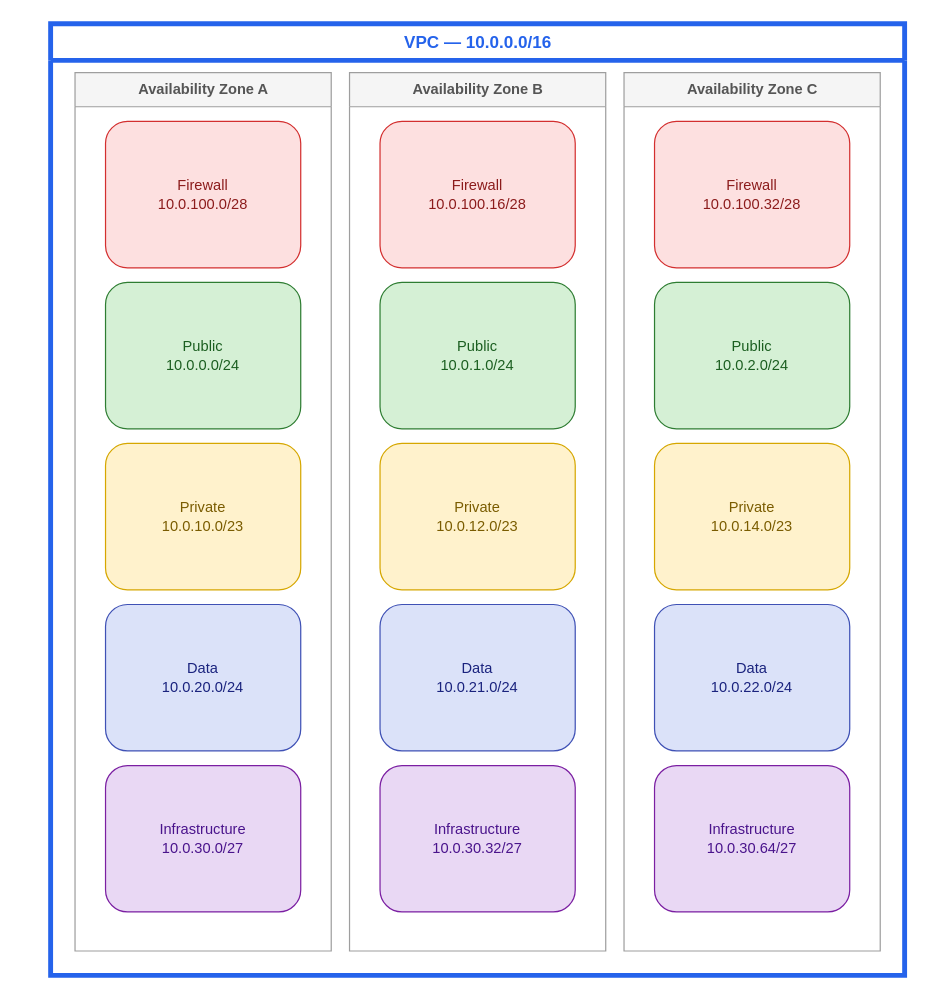
This is content/assets/foundation/subnet-tiers.drawio from aws/aws-networking-best-practices, a draw.io file, before an edit. Source tidied: cells renumbered, new cells numbered last; positions are measured from the earlier drawing's top-left corner, leaving out a move shared by most shapes. Both pictures are drawn from the tidied source at 122%, with x=0, y=0 at pixel (50, 23).
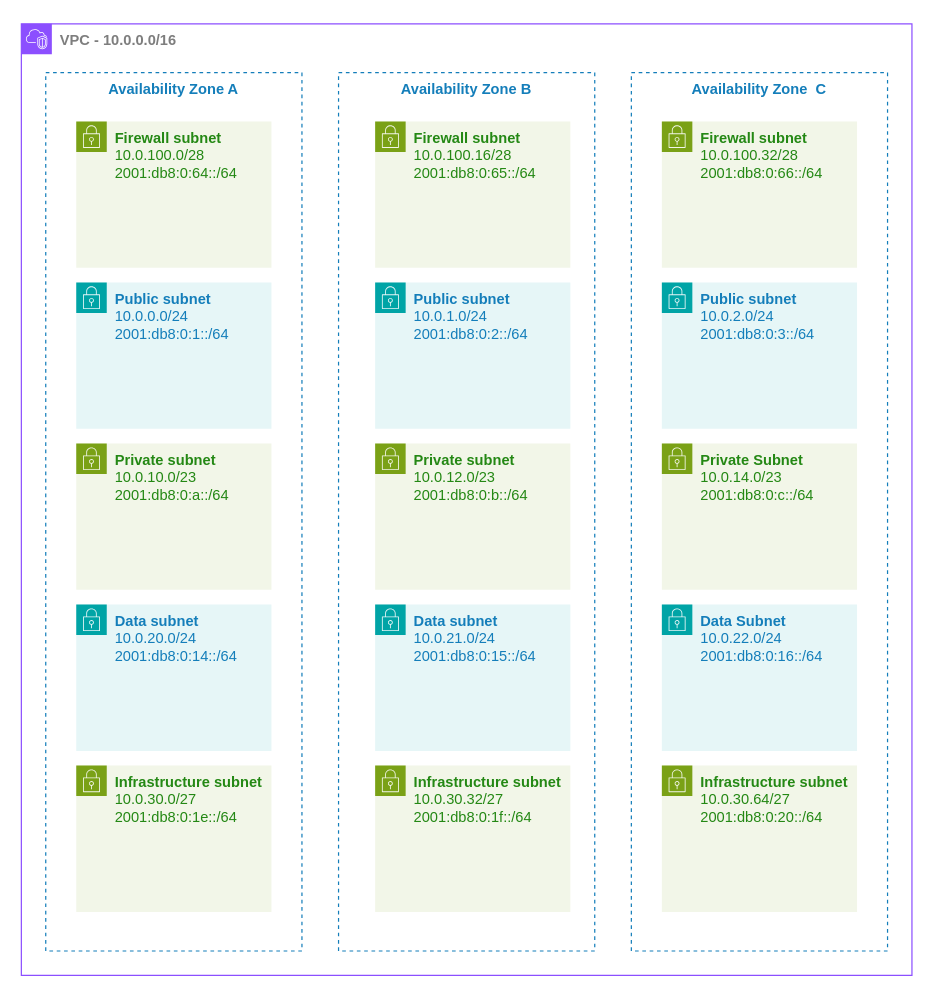
Above is the later version.

Diff of the diagram source:
```diff
@@
-    <mxCell id="2" value="VPC — 10.0.0.0/16" style="swimlane;startSize=30;fillColor=none;strokeColor=#2563eb;strokeWidth=4;fontColor=#2563eb;fontStyle=1;fontSize=14;html=1;verticalAlign=top;align=center;" parent="1" vertex="1">
-      <mxGeometry width="700" height="780" as="geometry" />
-    </mxCell>
+    <mxCell id="21" value="VPC - 10.0.0.0/16" style="gradientColor=none;html=1;whiteSpace=wrap;fontSize=12;fontStyle=1;shape=mxgraph.aws4.group;grIcon=mxgraph.aws4.group_vpc2;strokeColor=#8C4FFF;fillColor=none;verticalAlign=top;align=left;spacingLeft=30;fontColor=light-dark(#7E7E7E,#7E7E7E);dashed=0;" parent="1" vertex="1">
+      <mxGeometry x="-24" width="730" height="780" as="geometry" />
+    </mxCell>
-    <mxCell id="3" value="Availability Zone A" style="swimlane;startSize=28;fillColor=#f5f5f5;strokeColor=#9e9e9e;fontColor=#555555;fontStyle=1;html=1;verticalAlign=top;align=center;" parent="2" vertex="1">
+    <mxCell id="3" value="Availability Zone A" style="fillColor=none;strokeColor=#147EBA;dashed=1;verticalAlign=top;fontStyle=1;fontColor=#147EBA;whiteSpace=wrap;html=1;" parent="21" vertex="1">
       <mxGeometry x="20" y="40" width="210" height="720" as="geometry" />
     </mxCell>
-    <mxCell id="4" value="Firewall&#10;10.0.100.0/28" style="rounded=1;whiteSpace=wrap;html=1;fillColor=#fde0e0;strokeColor=#d32f2f;fontColor=#8c1c1c;" parent="3" vertex="1">
-      <mxGeometry x="25" y="40" width="160" height="120" as="geometry" />
-    </mxCell>
-    <mxCell id="5" value="Public&#10;10.0.0.0/24" style="rounded=1;whiteSpace=wrap;html=1;fillColor=#d5f0d5;strokeColor=#2e7d32;fontColor=#1b5e20;" parent="3" vertex="1">
-      <mxGeometry x="25" y="172" width="160" height="120" as="geometry" />
-    </mxCell>
-    <mxCell id="6" value="Private&#10;10.0.10.0/23" style="rounded=1;whiteSpace=wrap;html=1;fillColor=#fff2cc;strokeColor=#d6a700;fontColor=#7a5c00;" parent="3" vertex="1">
-      <mxGeometry x="25" y="304" width="160" height="120" as="geometry" />
-    </mxCell>
-    <mxCell id="7" value="Data&#10;10.0.20.0/24" style="rounded=1;whiteSpace=wrap;html=1;fillColor=#dbe2f9;strokeColor=#3f51b5;fontColor=#1a237e;" parent="3" vertex="1">
-      <mxGeometry x="25" y="436" width="160" height="120" as="geometry" />
-    </mxCell>
-    <mxCell id="8" value="Infrastructure&#10;10.0.30.0/27" style="rounded=1;whiteSpace=wrap;html=1;fillColor=#e9d8f4;strokeColor=#7b1fa2;fontColor=#4a148c;" parent="3" vertex="1">
-      <mxGeometry x="25" y="568" width="160" height="120" as="geometry" />
-    </mxCell>
-    <mxCell id="9" value="Availability Zone B" style="swimlane;startSize=28;fillColor=#f5f5f5;strokeColor=#9e9e9e;fontColor=#555555;fontStyle=1;html=1;verticalAlign=top;align=center;" parent="2" vertex="1">
-      <mxGeometry x="245" y="40" width="210" height="720" as="geometry" />
+    <mxCell id="9" value="Availability Zone B" style="fillColor=none;strokeColor=#147EBA;dashed=1;verticalAlign=top;fontStyle=1;fontColor=#147EBA;whiteSpace=wrap;html=1;" parent="21" vertex="1">
+      <mxGeometry x="260" y="40" width="210" height="720" as="geometry" />
     </mxCell>
-    <mxCell id="10" value="Firewall&#10;10.0.100.16/28" style="rounded=1;whiteSpace=wrap;html=1;fillColor=#fde0e0;strokeColor=#d32f2f;fontColor=#8c1c1c;" parent="9" vertex="1">
-      <mxGeometry x="25" y="40" width="160" height="120" as="geometry" />
-    </mxCell>
-    <mxCell id="11" value="Public&#10;10.0.1.0/24" style="rounded=1;whiteSpace=wrap;html=1;fillColor=#d5f0d5;strokeColor=#2e7d32;fontColor=#1b5e20;" parent="9" vertex="1">
-      <mxGeometry x="25" y="172" width="160" height="120" as="geometry" />
-    </mxCell>
-    <mxCell id="12" value="Private&#10;10.0.12.0/23" style="rounded=1;whiteSpace=wrap;html=1;fillColor=#fff2cc;strokeColor=#d6a700;fontColor=#7a5c00;" parent="9" vertex="1">
-      <mxGeometry x="25" y="304" width="160" height="120" as="geometry" />
-    </mxCell>
-    <mxCell id="13" value="Data&#10;10.0.21.0/24" style="rounded=1;whiteSpace=wrap;html=1;fillColor=#dbe2f9;strokeColor=#3f51b5;fontColor=#1a237e;" parent="9" vertex="1">
-      <mxGeometry x="25" y="436" width="160" height="120" as="geometry" />
-    </mxCell>
-    <mxCell id="14" value="Infrastructure&#10;10.0.30.32/27" style="rounded=1;whiteSpace=wrap;html=1;fillColor=#e9d8f4;strokeColor=#7b1fa2;fontColor=#4a148c;" parent="9" vertex="1">
-      <mxGeometry x="25" y="568" width="160" height="120" as="geometry" />
-    </mxCell>
-    <mxCell id="15" value="Availability Zone C" style="swimlane;startSize=28;fillColor=#f5f5f5;strokeColor=#9e9e9e;fontColor=#555555;fontStyle=1;html=1;verticalAlign=top;align=center;" parent="2" vertex="1">
-      <mxGeometry x="470" y="40" width="210" height="720" as="geometry" />
+    <mxCell id="15" value="Availability Zone&amp;nbsp; C" style="fillColor=none;strokeColor=#147EBA;dashed=1;verticalAlign=top;fontStyle=1;fontColor=#147EBA;whiteSpace=wrap;html=1;" parent="21" vertex="1">
+      <mxGeometry x="500" y="40" width="210" height="720" as="geometry" />
     </mxCell>
-    <mxCell id="16" value="Firewall&#10;10.0.100.32/28" style="rounded=1;whiteSpace=wrap;html=1;fillColor=#fde0e0;strokeColor=#d32f2f;fontColor=#8c1c1c;" parent="15" vertex="1">
-      <mxGeometry x="25" y="40" width="160" height="120" as="geometry" />
-    </mxCell>
-    <mxCell id="17" value="Public&#10;10.0.2.0/24" style="rounded=1;whiteSpace=wrap;html=1;fillColor=#d5f0d5;strokeColor=#2e7d32;fontColor=#1b5e20;" parent="15" vertex="1">
-      <mxGeometry x="25" y="172" width="160" height="120" as="geometry" />
-    </mxCell>
-    <mxCell id="18" value="Private&#10;10.0.14.0/23" style="rounded=1;whiteSpace=wrap;html=1;fillColor=#fff2cc;strokeColor=#d6a700;fontColor=#7a5c00;" parent="15" vertex="1">
-      <mxGeometry x="25" y="304" width="160" height="120" as="geometry" />
-    </mxCell>
-    <mxCell id="19" value="Data&#10;10.0.22.0/24" style="rounded=1;whiteSpace=wrap;html=1;fillColor=#dbe2f9;strokeColor=#3f51b5;fontColor=#1a237e;" parent="15" vertex="1">
-      <mxGeometry x="25" y="436" width="160" height="120" as="geometry" />
-    </mxCell>
-    <mxCell id="20" value="Infrastructure&#10;10.0.30.64/27" style="rounded=1;whiteSpace=wrap;html=1;fillColor=#e9d8f4;strokeColor=#7b1fa2;fontColor=#4a148c;" parent="15" vertex="1">
-      <mxGeometry x="25" y="568" width="160" height="120" as="geometry" />
-    </mxCell>
+    <mxCell id="22" value="&lt;b&gt;Infrastructure subnet&lt;/b&gt;&lt;br&gt;10.0.30.64/27&lt;br&gt;2001:db8:0:20::/64" style="gradientColor=none;html=1;whiteSpace=wrap;fontSize=12;fontStyle=0;shape=mxgraph.aws4.group;grIcon=mxgraph.aws4.group_security_group;grStroke=0;strokeColor=#7AA116;fillColor=#F2F6E8;verticalAlign=top;align=left;spacingLeft=30;fontColor=#248814;dashed=0;" parent="21" vertex="1">
+      <mxGeometry x="525" y="608" width="160" height="120" as="geometry" />
+    </mxCell>
+    <mxCell id="23" value="&lt;b&gt;Data Subnet&lt;/b&gt;&lt;br&gt;10.0.22.0/24&lt;br&gt;2001:db8:0:16::/64" style="gradientColor=none;html=1;whiteSpace=wrap;fontSize=12;fontStyle=0;shape=mxgraph.aws4.group;grIcon=mxgraph.aws4.group_security_group;grStroke=0;strokeColor=#00A4A6;fillColor=#E6F6F7;verticalAlign=top;align=left;spacingLeft=30;fontColor=#147EBA;dashed=0;" parent="21" vertex="1">
+      <mxGeometry x="525" y="476" width="160" height="120" as="geometry" />
+    </mxCell>
+    <mxCell id="24" value="&lt;b&gt;Private Subnet&lt;/b&gt;&lt;br&gt;10.0.14.0/23&lt;br&gt;2001:db8:0:c::/64" style="gradientColor=none;html=1;whiteSpace=wrap;fontSize=12;fontStyle=0;shape=mxgraph.aws4.group;grIcon=mxgraph.aws4.group_security_group;grStroke=0;strokeColor=#7AA116;fillColor=#F2F6E8;verticalAlign=top;align=left;spacingLeft=30;fontColor=#248814;dashed=0;" parent="21" vertex="1">
+      <mxGeometry x="525" y="344" width="160" height="120" as="geometry" />
+    </mxCell>
+    <mxCell id="25" value="&lt;b&gt;Public subnet&lt;/b&gt;&lt;br&gt;10.0.2.0/24&lt;br&gt;2001:db8:0:3::/64" style="gradientColor=none;html=1;whiteSpace=wrap;fontSize=12;fontStyle=0;shape=mxgraph.aws4.group;grIcon=mxgraph.aws4.group_security_group;grStroke=0;strokeColor=#00A4A6;fillColor=#E6F6F7;verticalAlign=top;align=left;spacingLeft=30;fontColor=#147EBA;dashed=0;" parent="21" vertex="1">
+      <mxGeometry x="525" y="212" width="160" height="120" as="geometry" />
+    </mxCell>
+    <mxCell id="26" value="&lt;b&gt;Firewall subnet&lt;/b&gt;&lt;br&gt;10.0.100.32/28&lt;br&gt;2001:db8:0:66::/64" style="gradientColor=none;html=1;whiteSpace=wrap;fontSize=12;fontStyle=0;shape=mxgraph.aws4.group;grIcon=mxgraph.aws4.group_security_group;grStroke=0;strokeColor=#7AA116;fillColor=#F2F6E8;verticalAlign=top;align=left;spacingLeft=30;fontColor=#248814;dashed=0;" parent="21" vertex="1">
+      <mxGeometry x="525" y="80" width="160" height="120" as="geometry" />
+    </mxCell>
+    <mxCell id="27" value="&lt;b&gt;Firewall subnet&lt;/b&gt;&lt;br&gt;10.0.100.16/28&lt;br&gt;2001:db8:0:65::/64" style="gradientColor=none;html=1;whiteSpace=wrap;fontSize=12;fontStyle=0;shape=mxgraph.aws4.group;grIcon=mxgraph.aws4.group_security_group;grStroke=0;strokeColor=#7AA116;fillColor=#F2F6E8;verticalAlign=top;align=left;spacingLeft=30;fontColor=#248814;dashed=0;" parent="21" vertex="1">
+      <mxGeometry x="290" y="80" width="160" height="120" as="geometry" />
+    </mxCell>
+    <mxCell id="28" value="&lt;b&gt;Public subnet&lt;/b&gt;&lt;br&gt;10.0.1.0/24&lt;br&gt;2001:db8:0:2::/64" style="gradientColor=none;html=1;whiteSpace=wrap;fontSize=12;fontStyle=0;shape=mxgraph.aws4.group;grIcon=mxgraph.aws4.group_security_group;grStroke=0;strokeColor=#00A4A6;fillColor=#E6F6F7;verticalAlign=top;align=left;spacingLeft=30;fontColor=#147EBA;dashed=0;" parent="21" vertex="1">
+      <mxGeometry x="290" y="212" width="160" height="120" as="geometry" />
+    </mxCell>
+    <mxCell id="29" value="&lt;b&gt;Private subnet&lt;/b&gt;&lt;br&gt;10.0.12.0/23&lt;br&gt;2001:db8:0:b::/64" style="gradientColor=none;html=1;whiteSpace=wrap;fontSize=12;fontStyle=0;shape=mxgraph.aws4.group;grIcon=mxgraph.aws4.group_security_group;grStroke=0;strokeColor=#7AA116;fillColor=#F2F6E8;verticalAlign=top;align=left;spacingLeft=30;fontColor=#248814;dashed=0;" parent="21" vertex="1">
+      <mxGeometry x="290" y="344" width="160" height="120" as="geometry" />
+    </mxCell>
+    <mxCell id="30" value="&lt;b&gt;Data subnet&lt;/b&gt;&lt;br&gt;10.0.21.0/24&lt;br&gt;2001:db8:0:15::/64" style="gradientColor=none;html=1;whiteSpace=wrap;fontSize=12;fontStyle=0;shape=mxgraph.aws4.group;grIcon=mxgraph.aws4.group_security_group;grStroke=0;strokeColor=#00A4A6;fillColor=#E6F6F7;verticalAlign=top;align=left;spacingLeft=30;fontColor=#147EBA;dashed=0;" parent="21" vertex="1">
+      <mxGeometry x="290" y="476" width="160" height="120" as="geometry" />
+    </mxCell>
+    <mxCell id="31" value="&lt;b&gt;Infrastructure subnet&lt;/b&gt;&lt;br&gt;10.0.30.32/27&lt;br&gt;2001:db8:0:1f::/64" style="gradientColor=none;html=1;whiteSpace=wrap;fontSize=12;fontStyle=0;shape=mxgraph.aws4.group;grIcon=mxgraph.aws4.group_security_group;grStroke=0;strokeColor=#7AA116;fillColor=#F2F6E8;verticalAlign=top;align=left;spacingLeft=30;fontColor=#248814;dashed=0;" parent="21" vertex="1">
+      <mxGeometry x="290" y="608" width="160" height="120" as="geometry" />
+    </mxCell>
+    <mxCell id="32" value="&lt;b&gt;Firewall subnet&lt;/b&gt;&lt;br&gt;10.0.100.0/28&lt;br&gt;2001:db8:0:64::/64" style="gradientColor=none;html=1;whiteSpace=wrap;fontSize=12;fontStyle=0;shape=mxgraph.aws4.group;grIcon=mxgraph.aws4.group_security_group;grStroke=0;strokeColor=#7AA116;fillColor=#F2F6E8;verticalAlign=top;align=left;spacingLeft=30;fontColor=#248814;dashed=0;" parent="21" vertex="1">
+      <mxGeometry x="45" y="80" width="160" height="120" as="geometry" />
+    </mxCell>
+    <mxCell id="33" value="&lt;b&gt;Public subnet&lt;/b&gt;&lt;br&gt;10.0.0.0/24&lt;br&gt;2001:db8:0:1::/64" style="gradientColor=none;html=1;whiteSpace=wrap;fontSize=12;fontStyle=0;shape=mxgraph.aws4.group;grIcon=mxgraph.aws4.group_security_group;grStroke=0;strokeColor=#00A4A6;fillColor=#E6F6F7;verticalAlign=top;align=left;spacingLeft=30;fontColor=#147EBA;dashed=0;" parent="21" vertex="1">
+      <mxGeometry x="45" y="212" width="160" height="120" as="geometry" />
+    </mxCell>
+    <mxCell id="34" value="&lt;b&gt;Private subnet&lt;/b&gt;&lt;br&gt;10.0.10.0/23&lt;br&gt;2001:db8:0:a::/64" style="gradientColor=none;html=1;whiteSpace=wrap;fontSize=12;fontStyle=0;shape=mxgraph.aws4.group;grIcon=mxgraph.aws4.group_security_group;grStroke=0;strokeColor=#7AA116;fillColor=#F2F6E8;verticalAlign=top;align=left;spacingLeft=30;fontColor=#248814;dashed=0;" parent="21" vertex="1">
+      <mxGeometry x="45" y="344" width="160" height="120" as="geometry" />
+    </mxCell>
+    <mxCell id="35" value="&lt;b&gt;Data subnet&lt;/b&gt;&lt;br&gt;10.0.20.0/24&lt;br&gt;2001:db8:0:14::/64" style="gradientColor=none;html=1;whiteSpace=wrap;fontSize=12;fontStyle=0;shape=mxgraph.aws4.group;grIcon=mxgraph.aws4.group_security_group;grStroke=0;strokeColor=#00A4A6;fillColor=#E6F6F7;verticalAlign=top;align=left;spacingLeft=30;fontColor=#147EBA;dashed=0;" parent="21" vertex="1">
+      <mxGeometry x="45" y="476" width="160" height="120" as="geometry" />
+    </mxCell>
+    <mxCell id="36" value="&lt;b&gt;Infrastructure subnet&lt;/b&gt;&lt;br&gt;10.0.30.0/27&lt;br&gt;2001:db8:0:1e::/64" style="gradientColor=none;html=1;whiteSpace=wrap;fontSize=12;fontStyle=0;shape=mxgraph.aws4.group;grIcon=mxgraph.aws4.group_security_group;grStroke=0;strokeColor=#7AA116;fillColor=#F2F6E8;verticalAlign=top;align=left;spacingLeft=30;fontColor=#248814;dashed=0;" parent="21" vertex="1">
+      <mxGeometry x="45" y="608" width="160" height="120" as="geometry" />
+    </mxCell>
```
